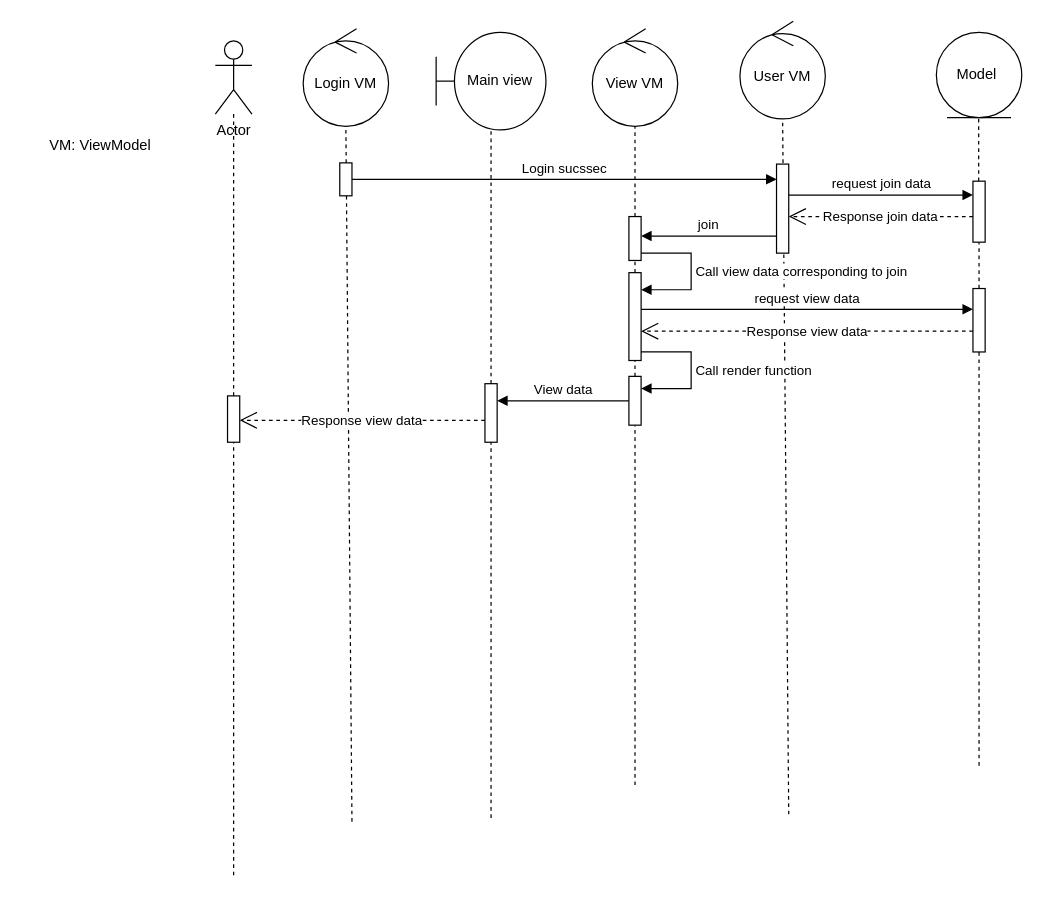
DnhTrn/finall_project keeps this draw.io diagram as page "MainView" (4 of 13) of Diagram.drawio. Above is the earlier version. Source tidied: cells renumbered, new cells numbered last; positions are measured from the earlier drawing's top-left corner, leaving out a move shared by most shapes. Both pictures are drawn from the tidied source at 122%, with x=0, y=0 at pixel (21, 21).
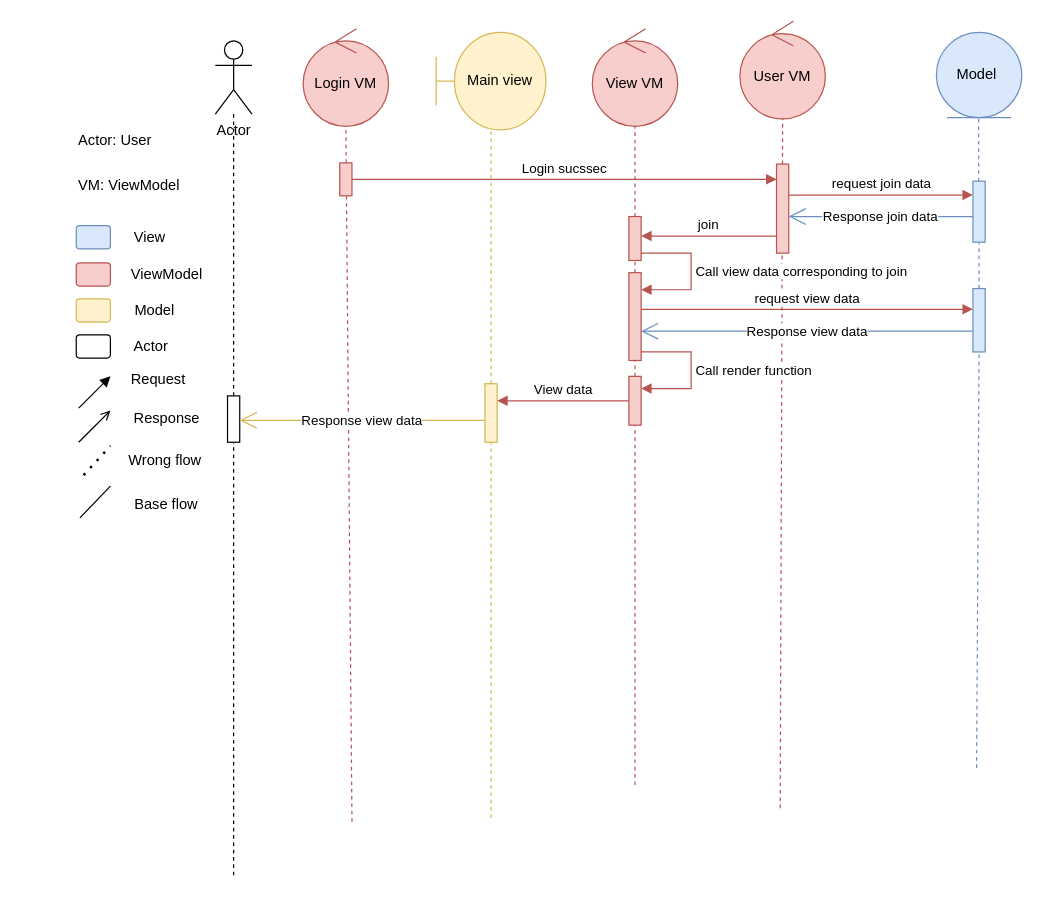
After the change.

Change to the diagram source:
```diff
@@
-    <mxCell id="3" value="Main view" style="shape=umlBoundary;whiteSpace=wrap;html=1;" parent="1" vertex="1">
+    <mxCell id="3" value="Main view" style="shape=umlBoundary;whiteSpace=wrap;html=1;fillColor=#fff2cc;strokeColor=#d6b656;" parent="1" vertex="1">
       <mxGeometry x="340" y="9" width="90" height="80" as="geometry" />
     </mxCell>
-    <mxCell id="4" value="Model&amp;nbsp;" style="ellipse;shape=umlEntity;whiteSpace=wrap;html=1;" parent="1" vertex="1">
+    <mxCell id="4" value="Model&amp;nbsp;" style="ellipse;shape=umlEntity;whiteSpace=wrap;html=1;fillColor=#dae8fc;strokeColor=#6c8ebf;" parent="1" vertex="1">
       <mxGeometry x="750" y="9" width="70" height="70" as="geometry" />
     </mxCell>
@@
-    <mxCell id="6" style="endArrow=none;dashed=1;html=1;rounded=0;" parent="1" edge="1" source="32">
+    <mxCell id="6" style="endArrow=none;dashed=1;html=1;rounded=0;fillColor=#dae8fc;strokeColor=#6c8ebf;" parent="1" edge="1" source="32">
       <mxGeometry relative="1" as="geometry">
         <mxPoint x="784.7" y="79" as="targetPoint" />
       </mxGeometry>
     </mxCell>
-    <mxCell id="7" style="endArrow=none;dashed=1;html=1;rounded=0;" parent="1" edge="1" source="19" target="3">
+    <mxCell id="7" style="endArrow=none;dashed=1;html=1;rounded=0;fillColor=#fff2cc;strokeColor=#d6b656;" parent="1" edge="1" source="19" target="3">
       <mxGeometry relative="1" as="geometry" />
     </mxCell>
-    <mxCell id="8" value="User VM" style="ellipse;shape=umlControl;whiteSpace=wrap;html=1;" parent="1" vertex="1">
+    <mxCell id="8" value="User VM" style="ellipse;shape=umlControl;whiteSpace=wrap;html=1;fillColor=#f8cecc;strokeColor=#b85450;" parent="1" vertex="1">
       <mxGeometry x="589" width="70" height="80" as="geometry" />
     </mxCell>
-    <mxCell id="9" style="endArrow=none;dashed=1;html=1;rounded=0;" parent="1" edge="1">
+    <mxCell id="9" style="endArrow=none;dashed=1;html=1;rounded=0;fillColor=#f8cecc;strokeColor=#b85450;" parent="1" edge="1">
       <mxGeometry relative="1" as="geometry">
-        <mxPoint x="629" y="650" as="sourcePoint" />
+        <mxPoint x="622" y="645" as="sourcePoint" />
         <mxPoint x="624" y="80" as="targetPoint" />
       </mxGeometry>
     </mxCell>
-    <mxCell id="10" style="html=1;points=[[0,0,0,0,5],[0,1,0,0,-5],[1,0,0,0,5],[1,1,0,0,-5]];perimeter=orthogonalPerimeter;outlineConnect=0;targetShapes=umlLifeline;portConstraint=eastwest;newEdgeStyle={&quot;curved&quot;:0,&quot;rounded&quot;:0};" parent="1" vertex="1">
+    <mxCell id="10" style="html=1;points=[[0,0,0,0,5],[0,1,0,0,-5],[1,0,0,0,5],[1,1,0,0,-5]];perimeter=orthogonalPerimeter;outlineConnect=0;targetShapes=umlLifeline;portConstraint=eastwest;newEdgeStyle={&quot;curved&quot;:0,&quot;rounded&quot;:0};fillColor=#f8cecc;strokeColor=#b85450;" parent="1" vertex="1">
       <mxGeometry x="619" y="117" width="10" height="73" as="geometry" />
     </mxCell>
-    <mxCell id="11" style="endArrow=none;dashed=1;html=1;rounded=0;" parent="1" edge="1" target="20">
+    <mxCell id="11" style="endArrow=none;dashed=1;html=1;rounded=0;fillColor=#dae8fc;strokeColor=#6c8ebf;" parent="1" edge="1">
       <mxGeometry relative="1" as="geometry">
-        <mxPoint x="785" y="610.1" as="sourcePoint" />
+        <mxPoint x="783" y="612" as="sourcePoint" />
+        <mxPoint x="785" y="272" as="targetPoint" />
       </mxGeometry>
     </mxCell>
-    <mxCell id="12" value="View VM" style="ellipse;shape=umlControl;whiteSpace=wrap;html=1;" parent="1" vertex="1">
+    <mxCell id="12" value="View VM" style="ellipse;shape=umlControl;whiteSpace=wrap;html=1;fillColor=#f8cecc;strokeColor=#b85450;" parent="1" vertex="1">
       <mxGeometry x="468" y="6" width="70" height="80" as="geometry" />
     </mxCell>
-    <mxCell id="13" style="endArrow=none;dashed=1;html=1;rounded=0;" parent="1" edge="1" source="17">
+    <mxCell id="13" style="endArrow=none;dashed=1;html=1;rounded=0;fillColor=#f8cecc;strokeColor=#b85450;" parent="1" edge="1" source="17">
       <mxGeometry relative="1" as="geometry">
         <mxPoint x="503" y="86" as="targetPoint" />
       </mxGeometry>
     </mxCell>
-    <mxCell id="14" style="endArrow=none;dashed=1;html=1;rounded=0;" parent="1" edge="1" source="26" target="15">
+    <mxCell id="14" style="endArrow=none;dashed=1;html=1;rounded=0;fillColor=#f8cecc;strokeColor=#b85450;" parent="1" edge="1" source="26" target="15">
       <mxGeometry relative="1" as="geometry" />
     </mxCell>
-    <mxCell id="15" style="html=1;points=[[0,0,0,0,5],[0,1,0,0,-5],[1,0,0,0,5],[1,1,0,0,-5]];perimeter=orthogonalPerimeter;outlineConnect=0;targetShapes=umlLifeline;portConstraint=eastwest;newEdgeStyle={&quot;curved&quot;:0,&quot;rounded&quot;:0};" parent="1" vertex="1">
+    <mxCell id="15" style="html=1;points=[[0,0,0,0,5],[0,1,0,0,-5],[1,0,0,0,5],[1,1,0,0,-5]];perimeter=orthogonalPerimeter;outlineConnect=0;targetShapes=umlLifeline;portConstraint=eastwest;newEdgeStyle={&quot;curved&quot;:0,&quot;rounded&quot;:0};fillColor=#f8cecc;strokeColor=#b85450;" parent="1" vertex="1">
       <mxGeometry x="498" y="206" width="10" height="72" as="geometry" />
     </mxCell>
-    <mxCell id="16" style="endArrow=none;dashed=1;html=1;rounded=0;" parent="1" edge="1" source="15" target="17">
+    <mxCell id="16" style="endArrow=none;dashed=1;html=1;rounded=0;fillColor=#f8cecc;strokeColor=#b85450;" parent="1" edge="1" source="15" target="17">
       <mxGeometry relative="1" as="geometry" />
     </mxCell>
-    <mxCell id="17" style="html=1;points=[[0,0,0,0,5],[0,1,0,0,-5],[1,0,0,0,5],[1,1,0,0,-5]];perimeter=orthogonalPerimeter;outlineConnect=0;targetShapes=umlLifeline;portConstraint=eastwest;newEdgeStyle={&quot;curved&quot;:0,&quot;rounded&quot;:0};" parent="1" vertex="1">
+    <mxCell id="17" style="html=1;points=[[0,0,0,0,5],[0,1,0,0,-5],[1,0,0,0,5],[1,1,0,0,-5]];perimeter=orthogonalPerimeter;outlineConnect=0;targetShapes=umlLifeline;portConstraint=eastwest;newEdgeStyle={&quot;curved&quot;:0,&quot;rounded&quot;:0};fillColor=#f8cecc;strokeColor=#b85450;" parent="1" vertex="1">
       <mxGeometry x="498" y="160" width="10" height="36" as="geometry" />
     </mxCell>
-    <mxCell id="18" style="endArrow=none;dashed=1;html=1;rounded=0;" parent="1" edge="1" target="19">
+    <mxCell id="18" style="endArrow=none;dashed=1;html=1;rounded=0;fillColor=#fff2cc;strokeColor=#d6b656;" parent="1" edge="1" target="19">
       <mxGeometry relative="1" as="geometry">
         <mxPoint x="385" y="653" as="sourcePoint" />
       </mxGeometry>
     </mxCell>
-    <mxCell id="19" style="html=1;points=[[0,0,0,0,5],[0,1,0,0,-5],[1,0,0,0,5],[1,1,0,0,-5]];perimeter=orthogonalPerimeter;outlineConnect=0;targetShapes=umlLifeline;portConstraint=eastwest;newEdgeStyle={&quot;curved&quot;:0,&quot;rounded&quot;:0};" parent="1" vertex="1">
+    <mxCell id="19" style="html=1;points=[[0,0,0,0,5],[0,1,0,0,-5],[1,0,0,0,5],[1,1,0,0,-5]];perimeter=orthogonalPerimeter;outlineConnect=0;targetShapes=umlLifeline;portConstraint=eastwest;newEdgeStyle={&quot;curved&quot;:0,&quot;rounded&quot;:0};fillColor=#fff2cc;strokeColor=#d6b656;" parent="1" vertex="1">
       <mxGeometry x="380" y="297" width="10" height="48" as="geometry" />
     </mxCell>
-    <mxCell id="20" style="html=1;points=[[0,0,0,0,5],[0,1,0,0,-5],[1,0,0,0,5],[1,1,0,0,-5]];perimeter=orthogonalPerimeter;outlineConnect=0;targetShapes=umlLifeline;portConstraint=eastwest;newEdgeStyle={&quot;curved&quot;:0,&quot;rounded&quot;:0};" parent="1" vertex="1">
+    <mxCell id="20" style="html=1;points=[[0,0,0,0,5],[0,1,0,0,-5],[1,0,0,0,5],[1,1,0,0,-5]];perimeter=orthogonalPerimeter;outlineConnect=0;targetShapes=umlLifeline;portConstraint=eastwest;newEdgeStyle={&quot;curved&quot;:0,&quot;rounded&quot;:0};fillColor=#dae8fc;strokeColor=#6c8ebf;" parent="1" vertex="1">
       <mxGeometry x="780" y="219" width="10" height="52" as="geometry" />
     </mxCell>
-    <mxCell id="21" value="Call view data corresponding to join" style="html=1;align=left;spacingLeft=2;endArrow=block;rounded=0;edgeStyle=orthogonalEdgeStyle;curved=0;rounded=0;" parent="1" edge="1" source="17" target="15">
+    <mxCell id="21" value="Call view data corresponding to join" style="html=1;align=left;spacingLeft=2;endArrow=block;rounded=0;edgeStyle=orthogonalEdgeStyle;curved=0;rounded=0;fillColor=#f8cecc;strokeColor=#b85450;" parent="1" edge="1" source="17" target="15">
       <mxGeometry relative="1" as="geometry">
         <Array as="points">
           <mxPoint x="549" y="190" />
           <mxPoint x="549" y="220" />
         </Array>
       </mxGeometry>
     </mxCell>
-    <mxCell id="22" value="&lt;div style=&quot;text-align: left;&quot;&gt;Login sucssec&lt;/div&gt;" style="html=1;verticalAlign=bottom;endArrow=block;curved=0;rounded=0;" parent="1" edge="1" source="29" target="10">
+    <mxCell id="22" value="&lt;div style=&quot;text-align: left;&quot;&gt;Login sucssec&lt;/div&gt;" style="html=1;verticalAlign=bottom;endArrow=block;curved=0;rounded=0;fillColor=#f8cecc;strokeColor=#b85450;" parent="1" edge="1" source="29" target="10">
       <mxGeometry relative="1" as="geometry" />
     </mxCell>
@@
-    <mxCell id="25" style="endArrow=none;dashed=1;html=1;rounded=0;" parent="1" edge="1" target="26">
+    <mxCell id="25" style="endArrow=none;dashed=1;html=1;rounded=0;fillColor=#f8cecc;strokeColor=#b85450;" parent="1" edge="1" target="26">
       <mxGeometry relative="1" as="geometry">
         <mxPoint x="503" y="626" as="sourcePoint" />
       </mxGeometry>
     </mxCell>
-    <mxCell id="26" style="html=1;points=[[0,0,0,0,5],[0,1,0,0,-5],[1,0,0,0,5],[1,1,0,0,-5]];perimeter=orthogonalPerimeter;outlineConnect=0;targetShapes=umlLifeline;portConstraint=eastwest;newEdgeStyle={&quot;curved&quot;:0,&quot;rounded&quot;:0};" parent="1" vertex="1">
+    <mxCell id="26" style="html=1;points=[[0,0,0,0,5],[0,1,0,0,-5],[1,0,0,0,5],[1,1,0,0,-5]];perimeter=orthogonalPerimeter;outlineConnect=0;targetShapes=umlLifeline;portConstraint=eastwest;newEdgeStyle={&quot;curved&quot;:0,&quot;rounded&quot;:0};fillColor=#f8cecc;strokeColor=#b85450;" parent="1" vertex="1">
       <mxGeometry x="498" y="291" width="10" height="40" as="geometry" />
     </mxCell>
-    <mxCell id="27" value="Login VM" style="ellipse;shape=umlControl;whiteSpace=wrap;html=1;" parent="1" vertex="1">
+    <mxCell id="27" value="Login VM" style="ellipse;shape=umlControl;whiteSpace=wrap;html=1;fillColor=#f8cecc;strokeColor=#b85450;" parent="1" vertex="1">
       <mxGeometry x="231" y="6" width="70" height="80" as="geometry" />
     </mxCell>
-    <mxCell id="28" style="endArrow=none;dashed=1;html=1;rounded=0;" parent="1" edge="1">
+    <mxCell id="28" style="endArrow=none;dashed=1;html=1;rounded=0;fillColor=#f8cecc;strokeColor=#b85450;" parent="1" edge="1">
       <mxGeometry relative="1" as="geometry">
         <mxPoint x="271" y="656" as="sourcePoint" />
         <mxPoint x="266" y="86" as="targetPoint" />
       </mxGeometry>
     </mxCell>
-    <mxCell id="29" style="html=1;points=[[0,0,0,0,5],[0,1,0,0,-5],[1,0,0,0,5],[1,1,0,0,-5]];perimeter=orthogonalPerimeter;outlineConnect=0;targetShapes=umlLifeline;portConstraint=eastwest;newEdgeStyle={&quot;curved&quot;:0,&quot;rounded&quot;:0};" parent="1" vertex="1">
+    <mxCell id="29" style="html=1;points=[[0,0,0,0,5],[0,1,0,0,-5],[1,0,0,0,5],[1,1,0,0,-5]];perimeter=orthogonalPerimeter;outlineConnect=0;targetShapes=umlLifeline;portConstraint=eastwest;newEdgeStyle={&quot;curved&quot;:0,&quot;rounded&quot;:0};fillColor=#f8cecc;strokeColor=#b85450;" parent="1" vertex="1">
       <mxGeometry x="261" y="116" width="10" height="27" as="geometry" />
     </mxCell>
-    <mxCell id="30" value="&lt;div style=&quot;text-align: left;&quot;&gt;request join data&lt;/div&gt;" style="html=1;verticalAlign=bottom;endArrow=block;curved=0;rounded=0;" parent="1" edge="1">
+    <mxCell id="30" value="&lt;div style=&quot;text-align: left;&quot;&gt;request join data&lt;/div&gt;" style="html=1;verticalAlign=bottom;endArrow=block;curved=0;rounded=0;fillColor=#f8cecc;strokeColor=#b85450;" parent="1" edge="1">
       <mxGeometry relative="1" as="geometry">
         <mxPoint x="629" y="142.4" as="sourcePoint" />
         <mxPoint x="780" y="142.4" as="targetPoint" />
       </mxGeometry>
     </mxCell>
-    <mxCell id="31" style="endArrow=none;dashed=1;html=1;rounded=0;" parent="1" edge="1" source="20" target="32">
+    <mxCell id="31" style="endArrow=none;dashed=1;html=1;rounded=0;fillColor=#dae8fc;strokeColor=#6c8ebf;" parent="1" edge="1" source="20" target="32">
       <mxGeometry relative="1" as="geometry" />
     </mxCell>
-    <mxCell id="32" style="html=1;points=[[0,0,0,0,5],[0,1,0,0,-5],[1,0,0,0,5],[1,1,0,0,-5]];perimeter=orthogonalPerimeter;outlineConnect=0;targetShapes=umlLifeline;portConstraint=eastwest;newEdgeStyle={&quot;curved&quot;:0,&quot;rounded&quot;:0};" parent="1" vertex="1">
+    <mxCell id="32" style="html=1;points=[[0,0,0,0,5],[0,1,0,0,-5],[1,0,0,0,5],[1,1,0,0,-5]];perimeter=orthogonalPerimeter;outlineConnect=0;targetShapes=umlLifeline;portConstraint=eastwest;newEdgeStyle={&quot;curved&quot;:0,&quot;rounded&quot;:0};fillColor=#dae8fc;strokeColor=#6c8ebf;" parent="1" vertex="1">
       <mxGeometry x="780" y="131" width="10" height="50" as="geometry" />
     </mxCell>
-    <mxCell id="33" value="Response join data" style="endArrow=open;endSize=12;dashed=1;html=1;rounded=0;" parent="1" edge="1">
+    <mxCell id="33" value="Response join data" style="endArrow=open;endSize=12;html=1;rounded=0;fillColor=#dae8fc;strokeColor=#6c8ebf;" parent="1" edge="1">
       <mxGeometry relative="1" as="geometry">
         <mxPoint x="780" y="160" as="sourcePoint" />
         <mxPoint x="629" y="160" as="targetPoint" />
       </mxGeometry>
     </mxCell>
-    <mxCell id="34" value="&lt;div style=&quot;text-align: left;&quot;&gt;join&lt;/div&gt;" style="html=1;verticalAlign=bottom;endArrow=block;curved=0;rounded=0;" parent="1" edge="1">
+    <mxCell id="34" value="&lt;div style=&quot;text-align: left;&quot;&gt;join&lt;/div&gt;" style="html=1;verticalAlign=bottom;endArrow=block;curved=0;rounded=0;fillColor=#f8cecc;strokeColor=#b85450;" parent="1" edge="1">
       <mxGeometry relative="1" as="geometry">
         <mxPoint x="619" y="176" as="sourcePoint" />
         <mxPoint x="508" y="176" as="targetPoint" />
       </mxGeometry>
     </mxCell>
-    <mxCell id="35" value="&lt;div style=&quot;text-align: left;&quot;&gt;request view data&lt;/div&gt;" style="html=1;verticalAlign=bottom;endArrow=block;curved=0;rounded=0;" parent="1" edge="1">
+    <mxCell id="35" value="&lt;div style=&quot;text-align: left;&quot;&gt;request view data&lt;/div&gt;" style="html=1;verticalAlign=bottom;endArrow=block;curved=0;rounded=0;fillColor=#f8cecc;strokeColor=#b85450;" parent="1" edge="1">
       <mxGeometry relative="1" as="geometry">
         <mxPoint x="508" y="236" as="sourcePoint" />
         <mxPoint x="780" y="236" as="targetPoint" />
       </mxGeometry>
     </mxCell>
-    <mxCell id="36" value="Response view data" style="endArrow=open;endSize=12;dashed=1;html=1;rounded=0;" parent="1" edge="1">
+    <mxCell id="36" value="Response view data" style="endArrow=open;endSize=12;html=1;rounded=0;fillColor=#dae8fc;strokeColor=#6c8ebf;" parent="1" edge="1">
       <mxGeometry relative="1" as="geometry">
         <mxPoint x="780" y="254" as="sourcePoint" />
         <mxPoint x="508" y="254" as="targetPoint" />
       </mxGeometry>
     </mxCell>
-    <mxCell id="37" value="Call render function&amp;nbsp;" style="html=1;align=left;spacingLeft=2;endArrow=block;rounded=0;edgeStyle=orthogonalEdgeStyle;curved=0;rounded=0;" parent="1" edge="1">
+    <mxCell id="37" value="Call render function&amp;nbsp;" style="html=1;align=left;spacingLeft=2;endArrow=block;rounded=0;edgeStyle=orthogonalEdgeStyle;curved=0;rounded=0;fillColor=#f8cecc;strokeColor=#b85450;" parent="1" edge="1">
       <mxGeometry relative="1" as="geometry">
         <mxPoint x="508" y="271" as="sourcePoint" />
         <mxPoint x="508" y="301" as="targetPoint" />
         <Array as="points">
           <mxPoint x="549" y="271" />
           <mxPoint x="549" y="301" />
         </Array>
       </mxGeometry>
     </mxCell>
-    <mxCell id="38" value="&lt;div style=&quot;text-align: left;&quot;&gt;View data&lt;/div&gt;" style="html=1;verticalAlign=bottom;endArrow=block;curved=0;rounded=0;" parent="1" edge="1" source="26" target="19">
+    <mxCell id="38" value="&lt;div style=&quot;text-align: left;&quot;&gt;View data&lt;/div&gt;" style="html=1;verticalAlign=bottom;endArrow=block;curved=0;rounded=0;fillColor=#f8cecc;strokeColor=#b85450;" parent="1" edge="1" source="26" target="19">
       <mxGeometry relative="1" as="geometry" />
     </mxCell>
-    <mxCell id="39" value="Response view data" style="endArrow=open;endSize=12;dashed=1;html=1;rounded=0;" parent="1" edge="1">
+    <mxCell id="39" value="Response view data" style="endArrow=open;endSize=12;html=1;rounded=0;fillColor=#fff2cc;strokeColor=#d6b656;" parent="1" edge="1">
       <mxGeometry relative="1" as="geometry">
         <mxPoint x="380" y="327" as="sourcePoint" />
         <mxPoint x="179" y="327" as="targetPoint" />
       </mxGeometry>
     </mxCell>
-    <mxCell id="40" value="VM: ViewModel" style="text;html=1;align=center;verticalAlign=middle;whiteSpace=wrap;rounded=0;" parent="1" vertex="1">
-      <mxGeometry y="87" width="130" height="30" as="geometry" />
+    <mxCell id="40" value="&lt;div style=&quot;&quot;&gt;&lt;span style=&quot;background-color: initial;&quot;&gt;VM: ViewModel&lt;/span&gt;&lt;/div&gt;" style="text;html=1;align=left;verticalAlign=middle;whiteSpace=wrap;rounded=0;" parent="1" vertex="1">
+      <mxGeometry x="45" y="120" width="101" height="30" as="geometry" />
     </mxCell>
+    <mxCell id="41" style="rounded=1;whiteSpace=wrap;html=1;fillColor=#dae8fc;strokeColor=#6c8ebf;" parent="1" vertex="1">
+      <mxGeometry x="45" y="167.5" width="28" height="19" as="geometry" />
+    </mxCell>
+    <mxCell id="42" value="View" style="text;html=1;align=center;verticalAlign=middle;strokeColor=none;fillColor=none;" parent="1" vertex="1">
+      <mxGeometry x="83" y="164" width="44" height="26" as="geometry" />
+    </mxCell>
+    <mxCell id="43" style="rounded=1;whiteSpace=wrap;html=1;fillColor=#f8cecc;strokeColor=#b85450;" parent="1" vertex="1">
+      <mxGeometry x="45" y="198" width="28" height="19" as="geometry" />
+    </mxCell>
+    <mxCell id="44" value="ViewModel" style="text;html=1;align=center;verticalAlign=middle;strokeColor=none;fillColor=none;" parent="1" vertex="1">
+      <mxGeometry x="81" y="194.5" width="76" height="26" as="geometry" />
+    </mxCell>
+    <mxCell id="45" style="rounded=1;whiteSpace=wrap;html=1;fillColor=#fff2cc;strokeColor=#d6b656;" parent="1" vertex="1">
+      <mxGeometry x="45" y="227.5" width="28" height="19" as="geometry" />
+    </mxCell>
+    <mxCell id="46" value="Model" style="text;html=1;align=center;verticalAlign=middle;strokeColor=none;fillColor=none;" parent="1" vertex="1">
+      <mxGeometry x="83" y="224" width="51" height="26" as="geometry" />
+    </mxCell>
+    <mxCell id="47" style="endArrow=none;dashed=1;html=1;dashPattern=1 3;strokeWidth=2;rounded=0;" parent="1" edge="1">
+      <mxGeometry relative="1" as="geometry">
+        <mxPoint x="51" y="372" as="sourcePoint" />
+        <mxPoint x="73" y="348" as="targetPoint" />
+      </mxGeometry>
+    </mxCell>
+    <mxCell id="48" value="Wrong flow" style="text;html=1;align=center;verticalAlign=middle;whiteSpace=wrap;rounded=0;" parent="1" vertex="1">
+      <mxGeometry x="80" y="345" width="76" height="30" as="geometry" />
+    </mxCell>
+    <mxCell id="49" style="endArrow=none;html=1;rounded=0;" parent="1" edge="1">
+      <mxGeometry relative="1" as="geometry">
+        <mxPoint x="48" y="407" as="sourcePoint" />
+        <mxPoint x="73" y="381" as="targetPoint" />
+      </mxGeometry>
+    </mxCell>
+    <mxCell id="50" value="Base flow" style="text;html=1;align=center;verticalAlign=middle;whiteSpace=wrap;rounded=0;" parent="1" vertex="1">
+      <mxGeometry x="81" y="381" width="76" height="30" as="geometry" />
+    </mxCell>
+    <mxCell id="51" value="&lt;div style=&quot;&quot;&gt;&lt;br&gt;&lt;/div&gt;" style="text;html=1;align=left;verticalAlign=middle;strokeColor=none;fillColor=none;" parent="1" vertex="1">
+      <mxGeometry x="44" y="83" width="18" height="26" as="geometry" />
+    </mxCell>
+    <mxCell id="52" value="&lt;div style=&quot;&quot;&gt;&lt;span style=&quot;background-color: initial;&quot;&gt;Actor: User&lt;/span&gt;&lt;/div&gt;" style="text;html=1;align=left;verticalAlign=middle;whiteSpace=wrap;rounded=0;" parent="1" vertex="1">
+      <mxGeometry x="45" y="83" width="89" height="30" as="geometry" />
+    </mxCell>
+    <mxCell id="53" style="rounded=1;whiteSpace=wrap;html=1;" parent="1" vertex="1">
+      <mxGeometry x="45" y="257" width="28" height="19" as="geometry" />
+    </mxCell>
+    <mxCell id="54" value="Actor" style="text;html=1;align=center;verticalAlign=middle;strokeColor=none;fillColor=none;" parent="1" vertex="1">
+      <mxGeometry x="83" y="253.5" width="46" height="26" as="geometry" />
+    </mxCell>
+    <mxCell id="55" style="endArrow=block;html=1;rounded=0;endFill=1;" parent="1" edge="1">
+      <mxGeometry relative="1" as="geometry">
+        <mxPoint x="47" y="317" as="sourcePoint" />
+        <mxPoint x="73" y="291" as="targetPoint" />
+      </mxGeometry>
+    </mxCell>
+    <mxCell id="56" value="Request" style="text;html=1;align=center;verticalAlign=middle;strokeColor=none;fillColor=none;" parent="1" vertex="1">
+      <mxGeometry x="80" y="281" width="63" height="26" as="geometry" />
+    </mxCell>
+    <mxCell id="57" style="endArrow=open;html=1;rounded=0;endFill=0;" parent="1" edge="1">
+      <mxGeometry relative="1" as="geometry">
+        <mxPoint x="47" y="345" as="sourcePoint" />
+        <mxPoint x="73" y="319" as="targetPoint" />
+      </mxGeometry>
+    </mxCell>
+    <mxCell id="58" value="Response" style="text;html=1;align=center;verticalAlign=middle;strokeColor=none;fillColor=none;" parent="1" vertex="1">
+      <mxGeometry x="83" y="313" width="72" height="26" as="geometry" />
+    </mxCell>
```
